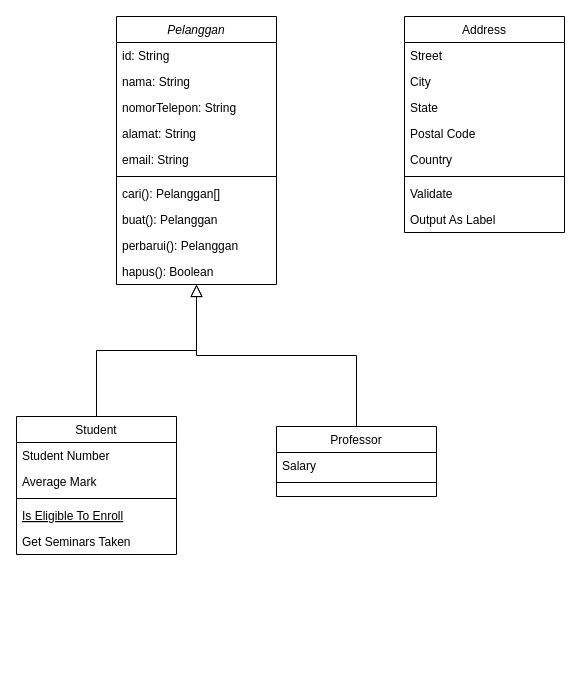
Before: uas-si-class.drawio in Rizkyhnkw/diagram, a draw.io diagram. Source tidied: cells renumbered, new cells numbered last; positions are measured from the earlier drawing's top-left corner, leaving out a move shared by most shapes. Both pictures are drawn from the tidied source at 100%, with x=0, y=0 at pixel (16, 16).
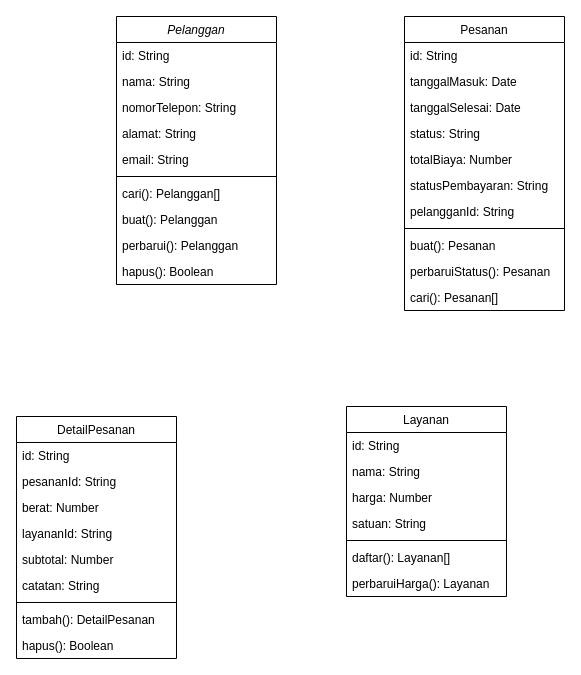
After the change.

The change refers to these unchanged cells:
```xml
<mxCell id="2" value="Pelanggan" style="swimlane;fontStyle=2;align=center;verticalAlign=top;horizontal=1;startSize=26;rounded=0;shadow=0;strokeWidth=1;" parent="1" vertex="1">
  <mxGeometry x="100" width="160" height="268" as="geometry" />
</mxCell>
```

Diff of the diagram source:
```diff
@@
-    <mxCell id="13" value="Student" style="swimlane;fontStyle=0;align=center;verticalAlign=top;horizontal=1;startSize=26;rounded=0;shadow=0;strokeWidth=1;" parent="1" vertex="1">
-      <mxGeometry y="400" width="160" height="138" as="geometry" />
+    <mxCell id="13" value="DetailPesanan" style="swimlane;fontStyle=0;align=center;verticalAlign=top;horizontal=1;startSize=26;rounded=0;shadow=0;strokeWidth=1;" parent="1" vertex="1">
+      <mxGeometry y="400" width="160" height="242" as="geometry" />
     </mxCell>
-    <mxCell id="14" value="Student Number" style="text;align=left;verticalAlign=top;spacingLeft=4;spacingRight=4;overflow=hidden;" parent="13" vertex="1">
+    <mxCell id="14" value="id: String" style="text;align=left;verticalAlign=top;spacingLeft=4;spacingRight=4;overflow=hidden;" parent="13" vertex="1">
       <mxGeometry y="26" width="160" height="26" as="geometry" />
     </mxCell>
-    <mxCell id="15" value="Average Mark" style="text;align=left;verticalAlign=top;spacingLeft=4;spacingRight=4;overflow=hidden;rounded=0;shadow=0;html=0;" parent="13" vertex="1">
+    <mxCell id="15" value="pesananId: String " style="text;align=left;verticalAlign=top;spacingLeft=4;spacingRight=4;overflow=hidden;rounded=0;shadow=0;html=0;" parent="13" vertex="1">
       <mxGeometry y="52" width="160" height="26" as="geometry" />
     </mxCell>
+    <mxCell id="18" value="berat: Number" style="text;align=left;verticalAlign=top;spacingLeft=4;spacingRight=4;overflow=hidden;" parent="13" vertex="1">
+      <mxGeometry y="78" width="160" height="26" as="geometry" />
+    </mxCell>
+    <mxCell id="33" value="layananId: String" style="text;align=left;verticalAlign=top;spacingLeft=4;spacingRight=4;overflow=hidden;" parent="13" vertex="1">
+      <mxGeometry y="104" width="160" height="26" as="geometry" />
+    </mxCell>
+    <mxCell id="34" value="subtotal: Number" style="text;align=left;verticalAlign=top;spacingLeft=4;spacingRight=4;overflow=hidden;" parent="13" vertex="1">
+      <mxGeometry y="130" width="160" height="26" as="geometry" />
+    </mxCell>
+    <mxCell id="35" value="catatan: String" style="text;align=left;verticalAlign=top;spacingLeft=4;spacingRight=4;overflow=hidden;" parent="13" vertex="1">
+      <mxGeometry y="156" width="160" height="26" as="geometry" />
+    </mxCell>
     <mxCell id="16" style="line;html=1;strokeWidth=1;align=left;verticalAlign=middle;spacingTop=-1;spacingLeft=3;spacingRight=3;labelPosition=right;" parent="13" vertex="1">
-      <mxGeometry y="78" width="160" height="8" as="geometry" />
+      <mxGeometry y="182" width="160" height="8" as="geometry" />
     </mxCell>
-    <mxCell id="17" value="Is Eligible To Enroll" style="text;align=left;verticalAlign=top;spacingLeft=4;spacingRight=4;overflow=hidden;fontStyle=4;" parent="13" vertex="1">
-      <mxGeometry y="86" width="160" height="26" as="geometry" />
-    </mxCell>
-    <mxCell id="18" value="Get Seminars Taken" style="text;align=left;verticalAlign=top;spacingLeft=4;spacingRight=4;overflow=hidden;" parent="13" vertex="1">
-      <mxGeometry y="112" width="160" height="26" as="geometry" />
-    </mxCell>
-    <mxCell id="19" style="endArrow=block;endSize=10;endFill=0;shadow=0;strokeWidth=1;rounded=0;curved=0;edgeStyle=elbowEdgeStyle;elbow=vertical;" parent="1" edge="1" source="13" target="2">
-      <mxGeometry relative="1" as="geometry" />
-    </mxCell>
-    <mxCell id="20" value="Professor" style="swimlane;fontStyle=0;align=center;verticalAlign=top;horizontal=1;startSize=26;rounded=0;shadow=0;strokeWidth=1;" parent="1" vertex="1">
-      <mxGeometry x="260" y="410" width="160" height="70" as="geometry" />
-    </mxCell>
-    <mxCell id="21" value="Salary" style="text;align=left;verticalAlign=top;spacingLeft=4;spacingRight=4;overflow=hidden;" parent="20" vertex="1">
-      <mxGeometry y="26" width="160" height="26" as="geometry" />
-    </mxCell>
-    <mxCell id="22" style="line;html=1;strokeWidth=1;align=left;verticalAlign=middle;spacingTop=-1;spacingLeft=3;spacingRight=3;labelPosition=right;" parent="20" vertex="1">
-      <mxGeometry y="52" width="160" height="8" as="geometry" />
-    </mxCell>
-    <mxCell id="23" style="endArrow=block;endSize=10;endFill=0;shadow=0;strokeWidth=1;rounded=0;curved=0;edgeStyle=elbowEdgeStyle;elbow=vertical;" parent="1" edge="1" source="20" target="2">
-      <mxGeometry relative="1" as="geometry" />
-    </mxCell>
+    <mxCell id="36" value="tambah(): DetailPesanan" style="text;align=left;verticalAlign=top;spacingLeft=4;spacingRight=4;overflow=hidden;" parent="13" vertex="1">
+      <mxGeometry y="190" width="160" height="26" as="geometry" />
+    </mxCell>
+    <mxCell id="37" value="hapus(): Boolean" style="text;align=left;verticalAlign=top;spacingLeft=4;spacingRight=4;overflow=hidden;" parent="13" vertex="1">
+      <mxGeometry y="216" width="160" height="26" as="geometry" />
+    </mxCell>
-    <mxCell id="24" value="Address" style="swimlane;fontStyle=0;align=center;verticalAlign=top;horizontal=1;startSize=26;rounded=0;shadow=0;strokeWidth=1;" parent="1" vertex="1">
-      <mxGeometry x="388" width="160" height="216" as="geometry" />
+    <mxCell id="24" value="Pesanan" style="swimlane;fontStyle=0;align=center;verticalAlign=top;horizontal=1;startSize=26;rounded=0;shadow=0;strokeWidth=1;" parent="1" vertex="1">
+      <mxGeometry x="388" width="160" height="294" as="geometry" />
     </mxCell>
-    <mxCell id="25" value="Street" style="text;align=left;verticalAlign=top;spacingLeft=4;spacingRight=4;overflow=hidden;" parent="24" vertex="1">
+    <mxCell id="25" value="id: String" style="text;align=left;verticalAlign=top;spacingLeft=4;spacingRight=4;overflow=hidden;" parent="24" vertex="1">
       <mxGeometry y="26" width="160" height="26" as="geometry" />
     </mxCell>
-    <mxCell id="26" value="City" style="text;align=left;verticalAlign=top;spacingLeft=4;spacingRight=4;overflow=hidden;rounded=0;shadow=0;html=0;" parent="24" vertex="1">
+    <mxCell id="26" value="tanggalMasuk: Date" style="text;align=left;verticalAlign=top;spacingLeft=4;spacingRight=4;overflow=hidden;rounded=0;shadow=0;html=0;" parent="24" vertex="1">
       <mxGeometry y="52" width="160" height="26" as="geometry" />
     </mxCell>
-    <mxCell id="27" value="State" style="text;align=left;verticalAlign=top;spacingLeft=4;spacingRight=4;overflow=hidden;rounded=0;shadow=0;html=0;" parent="24" vertex="1">
+    <mxCell id="27" value="tanggalSelesai: Date" style="text;align=left;verticalAlign=top;spacingLeft=4;spacingRight=4;overflow=hidden;rounded=0;shadow=0;html=0;" parent="24" vertex="1">
       <mxGeometry y="78" width="160" height="26" as="geometry" />
     </mxCell>
-    <mxCell id="28" value="Postal Code" style="text;align=left;verticalAlign=top;spacingLeft=4;spacingRight=4;overflow=hidden;rounded=0;shadow=0;html=0;" parent="24" vertex="1">
+    <mxCell id="28" value="status: String" style="text;align=left;verticalAlign=top;spacingLeft=4;spacingRight=4;overflow=hidden;rounded=0;shadow=0;html=0;" parent="24" vertex="1">
       <mxGeometry y="104" width="160" height="26" as="geometry" />
     </mxCell>
-    <mxCell id="29" value="Country" style="text;align=left;verticalAlign=top;spacingLeft=4;spacingRight=4;overflow=hidden;rounded=0;shadow=0;html=0;" parent="24" vertex="1">
+    <mxCell id="29" value="totalBiaya: Number" style="text;align=left;verticalAlign=top;spacingLeft=4;spacingRight=4;overflow=hidden;rounded=0;shadow=0;html=0;" parent="24" vertex="1">
       <mxGeometry y="130" width="160" height="26" as="geometry" />
     </mxCell>
-    <mxCell id="30" style="line;html=1;strokeWidth=1;align=left;verticalAlign=middle;spacingTop=-1;spacingLeft=3;spacingRight=3;labelPosition=right;" parent="24" vertex="1">
-      <mxGeometry y="156" width="160" height="8" as="geometry" />
-    </mxCell>
-    <mxCell id="31" value="Validate" style="text;align=left;verticalAlign=top;spacingLeft=4;spacingRight=4;overflow=hidden;" parent="24" vertex="1">
-      <mxGeometry y="164" width="160" height="26" as="geometry" />
+    <mxCell id="31" value="statusPembayaran: String" style="text;align=left;verticalAlign=top;spacingLeft=4;spacingRight=4;overflow=hidden;" parent="24" vertex="1">
+      <mxGeometry y="156" width="160" height="26" as="geometry" />
     </mxCell>
-    <mxCell id="32" value="Output As Label" style="text;align=left;verticalAlign=top;spacingLeft=4;spacingRight=4;overflow=hidden;" parent="24" vertex="1">
-      <mxGeometry y="190" width="160" height="26" as="geometry" />
+    <mxCell id="32" value="pelangganId: String" style="text;align=left;verticalAlign=top;spacingLeft=4;spacingRight=4;overflow=hidden;" parent="24" vertex="1">
+      <mxGeometry y="182" width="160" height="26" as="geometry" />
     </mxCell>
+    <mxCell id="30" style="line;html=1;strokeWidth=1;align=left;verticalAlign=middle;spacingTop=-1;spacingLeft=3;spacingRight=3;labelPosition=right;" parent="24" vertex="1">
+      <mxGeometry y="208" width="160" height="8" as="geometry" />
+    </mxCell>
+    <mxCell id="38" value="buat(): Pesanan" style="text;align=left;verticalAlign=top;spacingLeft=4;spacingRight=4;overflow=hidden;rounded=0;shadow=0;html=0;" parent="24" vertex="1">
+      <mxGeometry y="216" width="160" height="26" as="geometry" />
+    </mxCell>
+    <mxCell id="39" value="perbaruiStatus(): Pesanan" style="text;align=left;verticalAlign=top;spacingLeft=4;spacingRight=4;overflow=hidden;rounded=0;shadow=0;html=0;" parent="24" vertex="1">
+      <mxGeometry y="242" width="160" height="26" as="geometry" />
+    </mxCell>
+    <mxCell id="40" value="cari(): Pesanan[]" style="text;align=left;verticalAlign=top;spacingLeft=4;spacingRight=4;overflow=hidden;rounded=0;shadow=0;html=0;" parent="24" vertex="1">
+      <mxGeometry y="268" width="160" height="26" as="geometry" />
+    </mxCell>
+    <mxCell id="41" value="Layanan" style="swimlane;fontStyle=0;align=center;verticalAlign=top;horizontal=1;startSize=26;rounded=0;shadow=0;strokeWidth=1;" parent="1" vertex="1">
+      <mxGeometry x="330" y="390" width="160" height="190" as="geometry" />
+    </mxCell>
+    <mxCell id="42" value="id: String" style="text;align=left;verticalAlign=top;spacingLeft=4;spacingRight=4;overflow=hidden;" parent="41" vertex="1">
+      <mxGeometry y="26" width="160" height="26" as="geometry" />
+    </mxCell>
+    <mxCell id="43" value="nama: String" style="text;align=left;verticalAlign=top;spacingLeft=4;spacingRight=4;overflow=hidden;rounded=0;shadow=0;html=0;" parent="41" vertex="1">
+      <mxGeometry y="52" width="160" height="26" as="geometry" />
+    </mxCell>
+    <mxCell id="44" value="harga: Number" style="text;align=left;verticalAlign=top;spacingLeft=4;spacingRight=4;overflow=hidden;" parent="41" vertex="1">
+      <mxGeometry y="78" width="160" height="26" as="geometry" />
+    </mxCell>
+    <mxCell id="45" value="satuan: String " style="text;align=left;verticalAlign=top;spacingLeft=4;spacingRight=4;overflow=hidden;" parent="41" vertex="1">
+      <mxGeometry y="104" width="160" height="26" as="geometry" />
+    </mxCell>
+    <mxCell id="46" style="line;html=1;strokeWidth=1;align=left;verticalAlign=middle;spacingTop=-1;spacingLeft=3;spacingRight=3;labelPosition=right;" parent="41" vertex="1">
+      <mxGeometry y="130" width="160" height="8" as="geometry" />
+    </mxCell>
+    <mxCell id="47" value="daftar(): Layanan[]" style="text;align=left;verticalAlign=top;spacingLeft=4;spacingRight=4;overflow=hidden;" parent="41" vertex="1">
+      <mxGeometry y="138" width="160" height="26" as="geometry" />
+    </mxCell>
+    <mxCell id="48" value="perbaruiHarga(): Layanan" style="text;align=left;verticalAlign=top;spacingLeft=4;spacingRight=4;overflow=hidden;" parent="41" vertex="1">
+      <mxGeometry y="164" width="160" height="26" as="geometry" />
+    </mxCell>
```
